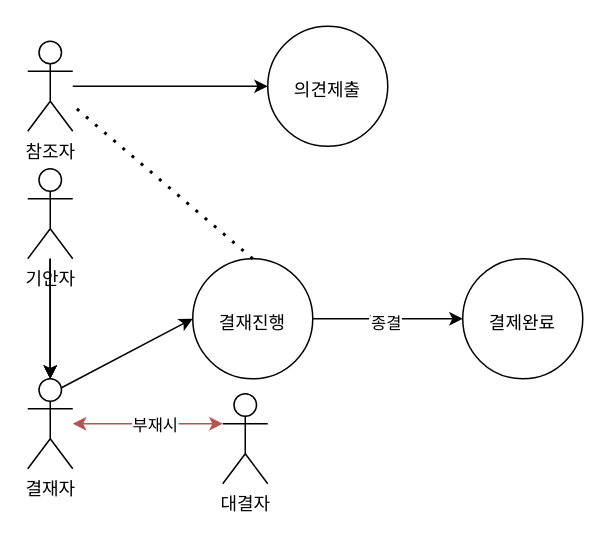
Above: page "페이지-1" (1 of 2) of document/제목 없는 다이어그램.drawio in sunday1284/jsp_spring02 (draw.io), before the change. Source tidied: cells renumbered, new cells numbered last; positions are measured from the earlier drawing's top-left corner, leaving out a move shared by most shapes. Both pictures are drawn from the tidied source at 150%, with x=0, y=0 at pixel (27, 26).
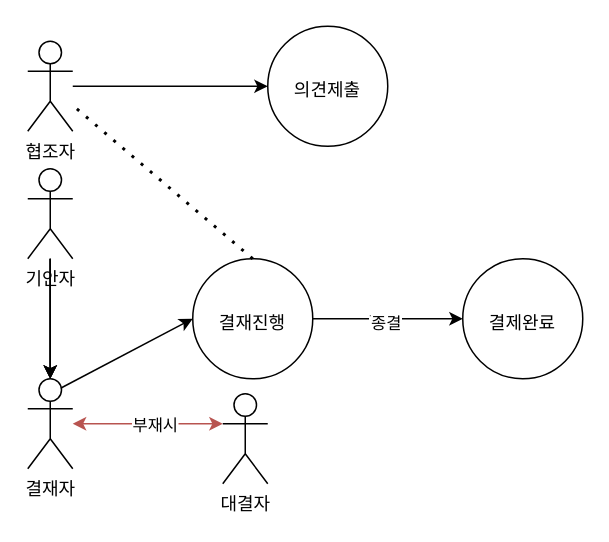
The same page after the edit.

Commit message:
제목 없는 다이어그램.drawio 업데이트

What changed in the source:
```diff
@@
-    <mxCell id="10" value="참조자" style="shape=umlActor;verticalLabelPosition=bottom;verticalAlign=top;html=1;outlineConnect=0;" parent="1" vertex="1">
+    <mxCell id="10" value="협조자" style="shape=umlActor;verticalLabelPosition=bottom;verticalAlign=top;html=1;outlineConnect=0;" parent="1" vertex="1">
       <mxGeometry y="10" width="30" height="60" as="geometry" />
     </mxCell>
```
